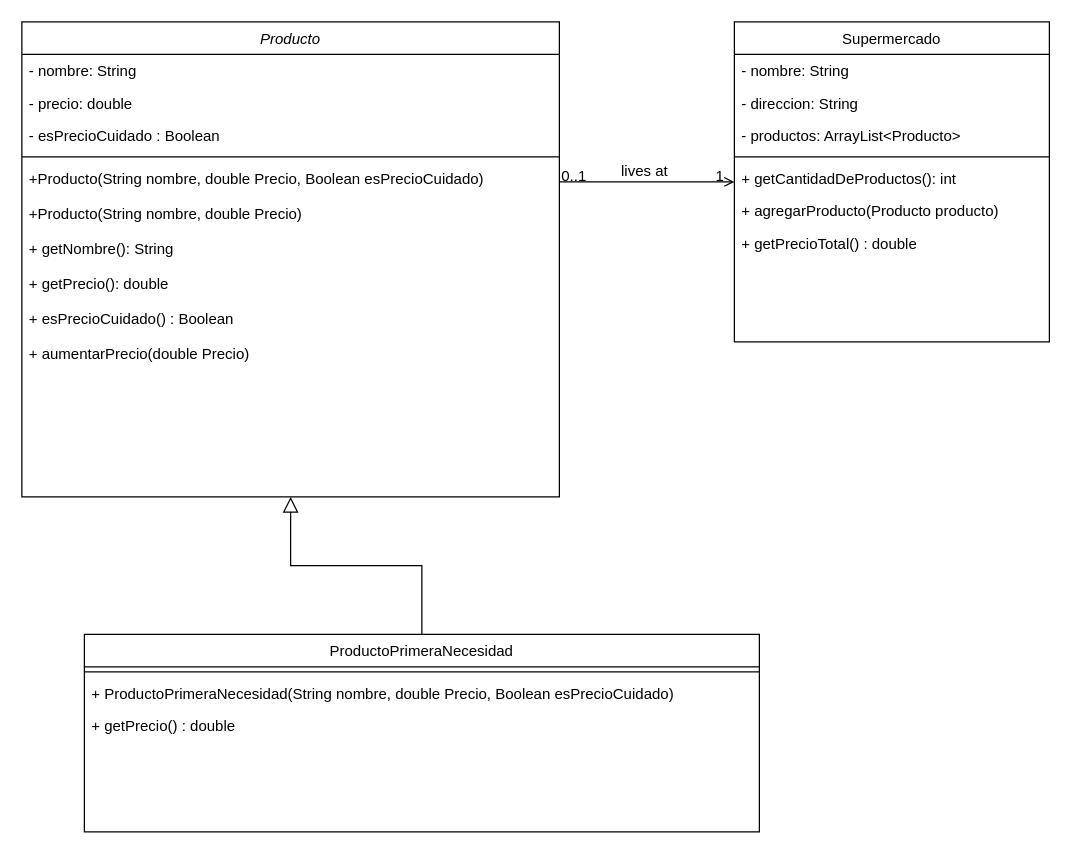
The draw.io diagram src/ar/edu/unq/po2/tp4/Diagrama sin título.drawio in Medina-Ivan-Angel/unqui-po2-medina, before the edit. Source tidied: cells renumbered, new cells numbered last; positions are measured from the earlier drawing's top-left corner, leaving out a move shared by most shapes. Both pictures are drawn from the tidied source at 125%, with x=0, y=0 at pixel (21, 21).
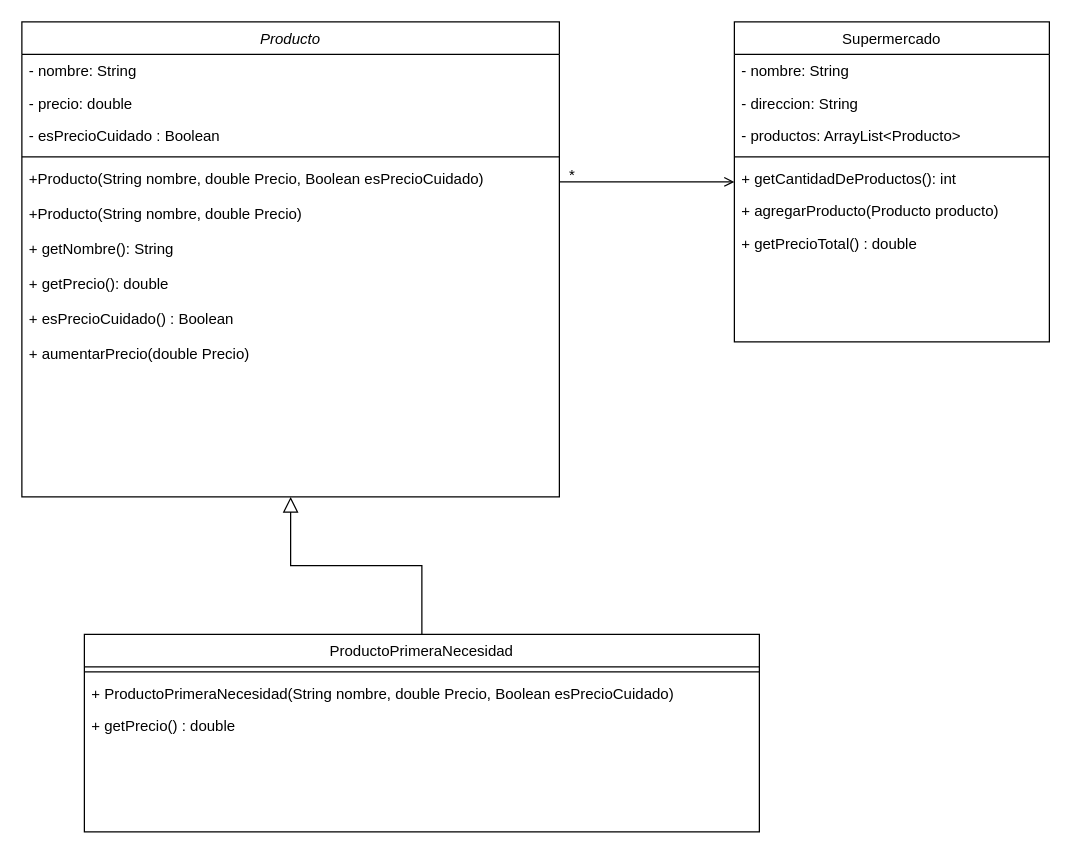
After the change.

Commit message:
UML Ejercicio 1 tp4.drawio

Unchanged cells that the change refers to:
```xml
<mxCell id="26" style="endArrow=open;shadow=0;strokeWidth=1;rounded=0;endFill=1;edgeStyle=elbowEdgeStyle;elbow=vertical;" parent="1" edge="1" source="2" target="18">
  <mxGeometry x="0.5" y="41" relative="1" as="geometry">
    <mxPoint x="-40" y="32" as="offset" />
  </mxGeometry>
</mxCell>
```

What changed in the source:
```diff
@@
-    <mxCell id="27" value="0..1" style="align=left;verticalAlign=bottom;labelBackgroundColor=none;fontSize=12;" parent="26" vertex="1">
-      <mxGeometry x="-1" relative="1" as="geometry">
-        <mxPoint y="4" as="offset" />
-      </mxGeometry>
-    </mxCell>
-    <mxCell id="28" value="1" style="align=right;verticalAlign=bottom;labelBackgroundColor=none;fontSize=12;" parent="26" vertex="1">
-      <mxGeometry x="1" relative="1" as="geometry">
-        <mxPoint x="-7" y="4" as="offset" />
-      </mxGeometry>
-    </mxCell>
-    <mxCell id="29" value="lives at" style="text;html=1;align=center;verticalAlign=middle;labelBackgroundColor=none;rounded=0;shadow=0;strokeWidth=1;fontSize=12;" parent="26" vertex="1">
-      <mxGeometry x="0.5" y="49" relative="1" as="geometry">
-        <mxPoint x="-38" y="40" as="offset" />
-      </mxGeometry>
-    </mxCell>
+    <mxCell id="30" value="*" style="text;html=1;align=center;verticalAlign=middle;strokeColor=none;fillColor=none;" parent="1" vertex="1">
+      <mxGeometry x="425" y="108" width="30" height="30" as="geometry" />
+    </mxCell>
```
